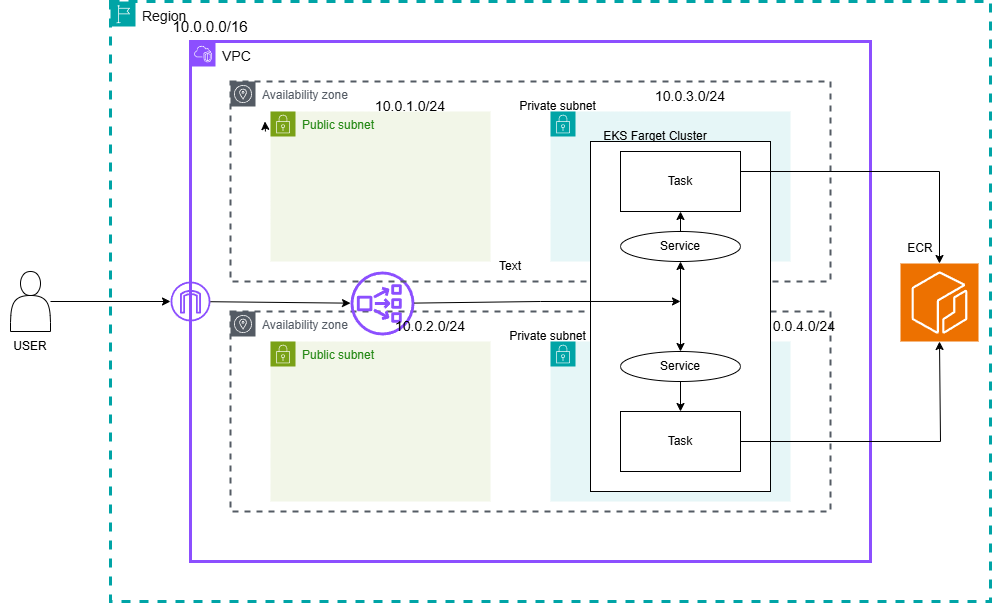
The draw.io diagram UC-8.drawio.png in Mohammed878-creator/UC-Architecture, before a commit. Source tidied: cells renumbered, new cells last; positions are measured from the earlier drawing's top-left corner, leaving out a move shared by most shapes.
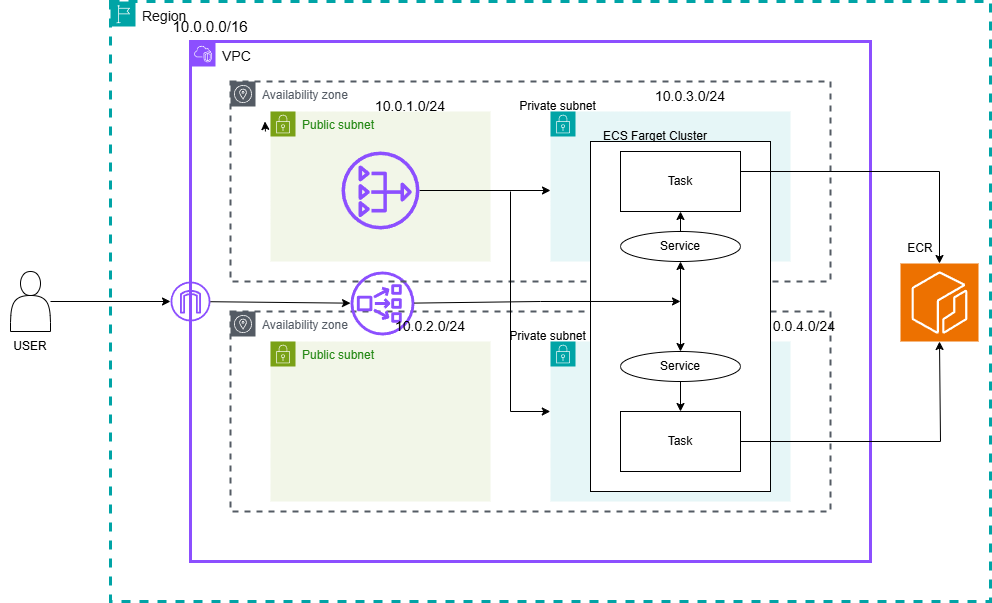
The same diagram one commit later.

Change to the diagram source:
```diff
@@ -47,7 +47,7 @@
     <mxCell id="16" value="Private subnet" style="text;html=1;align=center;verticalAlign=middle;whiteSpace=wrap;rounded=0;" parent="1" vertex="1">
       <mxGeometry x="510" y="90" width="95" height="30" as="geometry" />
     </mxCell>
-    <mxCell id="17" value="EKS Farget Cluster" style="text;html=1;align=center;verticalAlign=middle;whiteSpace=wrap;rounded=0;" parent="1" vertex="1">
+    <mxCell id="17" value="ECS Farget Cluster" style="text;html=1;align=center;verticalAlign=middle;whiteSpace=wrap;rounded=0;" parent="1" vertex="1">
       <mxGeometry x="590" y="120" width="130" height="30" as="geometry" />
     </mxCell>
     <mxCell id="18" style="ellipse;whiteSpace=wrap;html=1;" parent="1" vertex="1">
@@ -99,6 +99,11 @@
     <mxCell id="32" value="&lt;font style=&quot;font-size: 14px;&quot;&gt;10.0.3.0/24&lt;/font&gt;" style="text;html=1;align=center;verticalAlign=middle;whiteSpace=wrap;rounded=0;" parent="27" vertex="1">
       <mxGeometry x="550" y="80" width="60" height="30" as="geometry" />
     </mxCell>
+    <mxCell id="40" style="endArrow=classic;html=1;rounded=0;" parent="27" edge="1" source="41">
+      <mxGeometry relative="1" as="geometry">
+        <mxPoint x="440" y="189" as="targetPoint" />
+      </mxGeometry>
+    </mxCell>
     <mxCell id="33" style="endArrow=classic;html=1;rounded=0;entryX=0.5;entryY=1;entryDx=0;entryDy=0;entryPerimeter=0;exitX=1;exitY=0.5;exitDx=0;exitDy=0;" parent="1" edge="1" source="20" target="28">
       <mxGeometry relative="1" as="geometry">
         <Array as="points">
@@ -129,8 +134,16 @@
         <mxPoint x="264.4" y="120" as="targetPoint" />
       </mxGeometry>
     </mxCell>
-    <mxCell id="39" value="Text" style="text;html=1;align=center;verticalAlign=middle;whiteSpace=wrap;rounded=0;" parent="1" vertex="1">
-      <mxGeometry x="480" y="250" width="60" height="30" as="geometry" />
-    </mxCell>
+    <mxCell id="41" style="sketch=0;outlineConnect=0;fontColor=#232F3E;gradientColor=none;fillColor=#8C4FFF;strokeColor=none;dashed=0;verticalLabelPosition=bottom;verticalAlign=top;align=center;html=1;fontSize=12;fontStyle=0;shape=mxgraph.aws4.nat_gateway;" parent="1" vertex="1">
+      <mxGeometry x="341" y="150" width="78" height="78" as="geometry" />
+    </mxCell>
+    <mxCell id="42" style="endArrow=classic;html=1;rounded=0;entryX=0.533;entryY=0.5;entryDx=0;entryDy=0;entryPerimeter=0;" parent="1" edge="1" target="3">
+      <mxGeometry relative="1" as="geometry">
+        <mxPoint x="510" y="190" as="sourcePoint" />
+        <Array as="points">
+          <mxPoint x="510" y="410" />
+        </Array>
+      </mxGeometry>
+    </mxCell>
   </root>
 </mxGraphModel>
```
